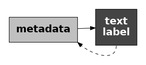
The Graphviz diagram Diagrams/meta-label.png in pmur002/hdvw, before a commit. Its source is kept beside it as Diagrams/meta-label.dot.
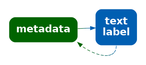
Later version of the same file.

Diff of the diagram source:
```diff
@@ -1,9 +1,9 @@
 digraph {
   graph [ rankdir=LR; margin=.2; nodesep=.5 ];
   node [ fontsize=20; fontname="sans bold"; margin=.2 ];
-  meta [ label="metadata\n"; shape=box; style=filled; fillcolor=gray ]
+  meta [ label="metadata\n"; shape=box; style="filled, rounded"; penwidth=0; fontcolor=white; fillcolor="#006400" ]
   label [ label="text\nlabel"; shape=box;
-          style=filled; fillcolor="#444444"; fontcolor=white ]
-  meta -> label
-  label:s -> meta:se [ style="dashed" ]
+       style="filled, rounded"; penwidth=0; fontcolor=white; fillcolor="#005FB2" ]
+  meta -> label [ color="#006400;0.1:#006314;0.1:#006328;0.1:#00623B;0.1:#00624F;0.1:#006163;0.1:#006177;0.1:#00608A;0.1:#00609E;0.1:#005FB2;0.1" ]
+  label:s -> meta:se [ style="dashed", color="#005FB2;0.1:#00609E;0.1:#00608A;0.1:#006177;0.1:#006163;0.1:#00624F;0.1:#00623B;0.1:#006328;0.1:#006314;0.1:#006400;0.1" ]
 }
```
